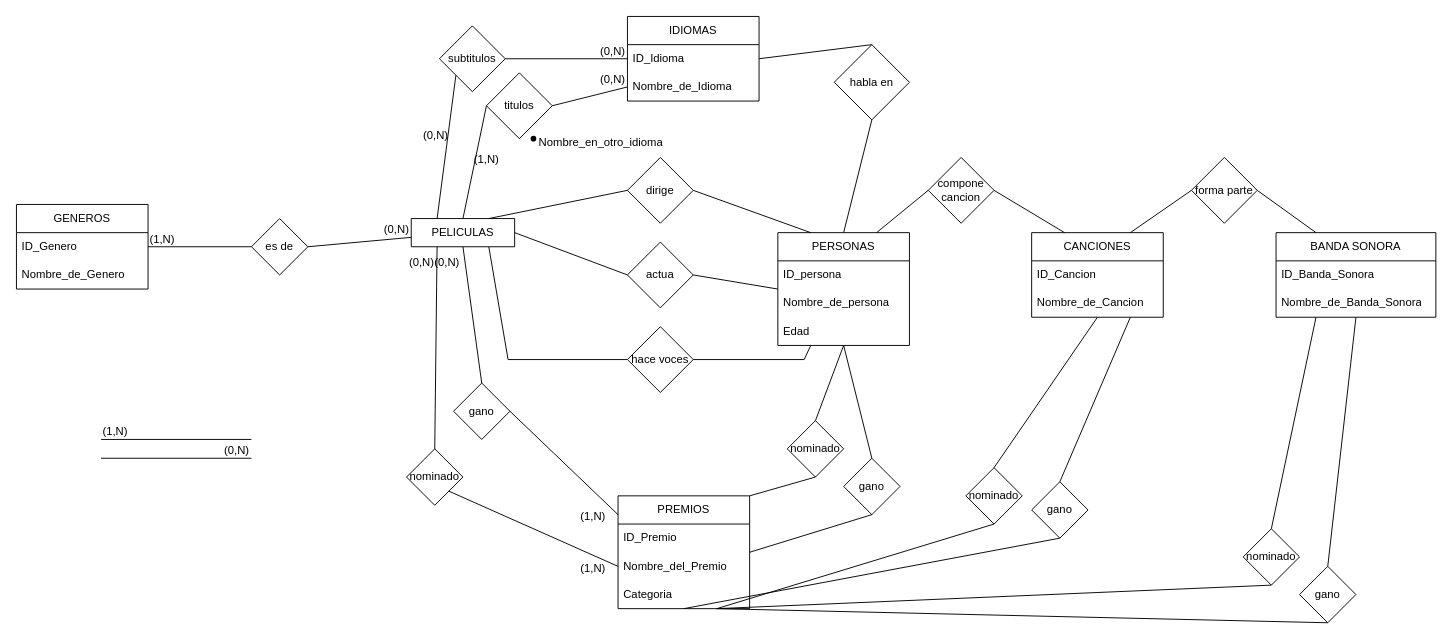
kolodani/AUS_Base_de_datos keeps this draw.io diagram as omdb.drawio. Above is the earlier version. Source tidied: cells renumbered, new cells numbered last; positions are measured from the earlier drawing's top-left corner, leaving out a move shared by most shapes. Both pictures are drawn from the tidied source at 94%, with x=0, y=0 at pixel (16, 16).
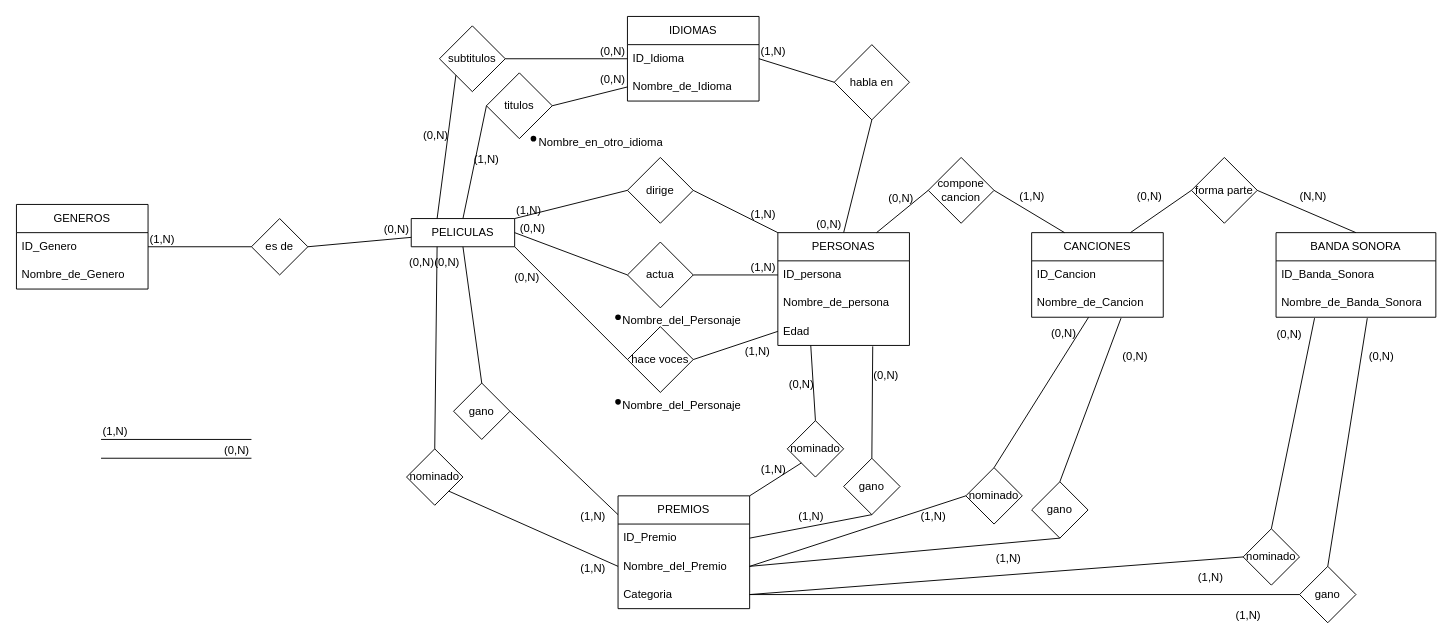
The same page after the edit.

Commit message:
cardinalidad lista omdb.drawio

Unchanged cells that the change refers to:
```xml
<mxCell id="5" value="PELICULAS" style="swimlane;fontStyle=0;horizontal=1;startSize=30;whiteSpace=wrap;html=1;" parent="1" vertex="1" collapsed="1">
<mxCell id="6" value="PREMIOS" style="swimlane;fontStyle=0;horizontal=1;startSize=30;whiteSpace=wrap;html=1;" parent="1" vertex="1">
<mxCell id="7" value="ID_Premio&lt;span style=&quot;white-space: pre;&quot;&gt;&#9;&lt;/span&gt;" style="text;strokeColor=none;fillColor=none;align=left;verticalAlign=middle;spacingLeft=4;spacingRight=4;overflow=hidden;points=[[0,0.5],[1,0.5]];portConstraint=eastwest;whiteSpace=wrap;html=1;" parent="6" vertex="1">
<mxCell id="8" value="Nombre_del_Premio" style="text;strokeColor=none;fillColor=none;align=left;verticalAlign=middle;spacingLeft=4;spacingRight=4;overflow=hidden;points=[[0,0.5],[1,0.5]];portConstraint=eastwest;whiteSpace=wrap;html=1;" parent="6" vertex="1">
<mxCell id="9" value="Categoria" style="text;strokeColor=none;fillColor=none;align=left;verticalAlign=middle;spacingLeft=4;spacingRight=4;overflow=hidden;points=[[0,0.5],[1,0.5]];portConstraint=eastwest;whiteSpace=wrap;html=1;" parent="6" vertex="1">
<mxCell id="10" value="PERSONAS" style="swimlane;fontStyle=0;horizontal=1;startSize=30;whiteSpace=wrap;html=1;" parent="1" vertex="1">
<mxCell id="11" value="ID_persona" style="text;strokeColor=none;fillColor=none;align=left;verticalAlign=middle;spacingLeft=4;spacingRight=4;overflow=hidden;points=[[0,0.5],[1,0.5]];portConstraint=eastwest;whiteSpace=wrap;html=1;" parent="10" vertex="1">
<mxCell id="13" value="Edad" style="text;strokeColor=none;fillColor=none;align=left;verticalAlign=middle;spacingLeft=4;spacingRight=4;overflow=hidden;points=[[0,0.5],[1,0.5]];portConstraint=eastwest;whiteSpace=wrap;html=1;" parent="10" vertex="1">
<mxCell id="14" value="CANCIONES" style="swimlane;fontStyle=0;horizontal=1;startSize=30;whiteSpace=wrap;html=1;" parent="1" vertex="1">
<mxCell id="16" value="Nombre_de_Cancion&lt;span style=&quot;white-space: pre;&quot;&gt;&#9;&lt;/span&gt;" style="text;strokeColor=none;fillColor=none;align=left;verticalAlign=middle;spacingLeft=4;spacingRight=4;overflow=hidden;points=[[0,0.5],[1,0.5]];portConstraint=eastwest;whiteSpace=wrap;html=1;" parent="14" vertex="1">
<mxCell id="18" value="dirige" style="rhombus;whiteSpace=wrap;html=1;" parent="1" vertex="1">
<mxCell id="19" value="&lt;div&gt;actua&lt;/div&gt;" style="rhombus;whiteSpace=wrap;html=1;" parent="1" vertex="1">
<mxCell id="20" value="hace voces" style="rhombus;whiteSpace=wrap;html=1;" parent="1" vertex="1">
<mxCell id="27" value="IDIOMAS" style="swimlane;fontStyle=0;horizontal=1;startSize=30;whiteSpace=wrap;html=1;" parent="1" vertex="1">
<mxCell id="28" value="ID_Idioma" style="text;strokeColor=none;fillColor=none;align=left;verticalAlign=middle;spacingLeft=4;spacingRight=4;overflow=hidden;points=[[0,0.5],[1,0.5]];portConstraint=eastwest;whiteSpace=wrap;html=1;" parent="27" vertex="1">
<mxCell id="30" value="compone cancion" style="rhombus;whiteSpace=wrap;html=1;" parent="1" vertex="1">
<mxCell id="35" value="habla en" style="rhombus;whiteSpace=wrap;html=1;" parent="1" vertex="1">
<mxCell id="40" value="nominado" style="rhombus;whiteSpace=wrap;html=1;" parent="1" vertex="1">
<mxCell id="41" value="gano" style="rhombus;whiteSpace=wrap;html=1;" parent="1" vertex="1">
<mxCell id="46" value="nominado" style="rhombus;whiteSpace=wrap;html=1;" parent="1" vertex="1">
<mxCell id="47" value="gano" style="rhombus;whiteSpace=wrap;html=1;" parent="1" vertex="1">
<mxCell id="52" value="BANDA SONORA" style="swimlane;fontStyle=0;horizontal=1;startSize=30;whiteSpace=wrap;html=1;" parent="1" vertex="1">
<mxCell id="54" value="Nombre_de_Banda_Sonora" style="text;strokeColor=none;fillColor=none;align=left;verticalAlign=middle;spacingLeft=4;spacingRight=4;overflow=hidden;points=[[0,0.5],[1,0.5]];portConstraint=eastwest;whiteSpace=wrap;html=1;" parent="52" vertex="1">
<mxCell id="55" value="forma parte" style="rhombus;whiteSpace=wrap;html=1;" parent="1" vertex="1">
<mxCell id="58" value="nominado" style="rhombus;whiteSpace=wrap;html=1;" parent="1" vertex="1">
<mxCell id="59" value="gano" style="rhombus;whiteSpace=wrap;html=1;" parent="1" vertex="1">
```

Diff of the diagram source:
```diff
@@
-    <mxCell id="21" style="endArrow=none;html=1;rounded=0;entryX=0;entryY=0.5;entryDx=0;entryDy=0;exitX=0.75;exitY=1;exitDx=0;exitDy=0;" parent="1" edge="1" source="5" target="20">
-      <mxGeometry relative="1" as="geometry">
-        <Array as="points">
-          <mxPoint x="523" y="365" />
-        </Array>
-      </mxGeometry>
-    </mxCell>
-    <mxCell id="22" style="endArrow=none;html=1;rounded=0;exitX=1;exitY=0.5;exitDx=0;exitDy=0;entryX=0.25;entryY=1;entryDx=0;entryDy=0;" parent="1" edge="1" source="20" target="10">
-      <mxGeometry relative="1" as="geometry">
-        <Array as="points">
-          <mxPoint x="838" y="365" />
-        </Array>
-      </mxGeometry>
-    </mxCell>
-    <mxCell id="23" style="endArrow=none;html=1;rounded=0;entryX=0;entryY=0.5;entryDx=0;entryDy=0;exitX=1;exitY=0.5;exitDx=0;exitDy=0;" parent="1" edge="1" source="19" target="10">
-      <mxGeometry relative="1" as="geometry" />
-    </mxCell>
-    <mxCell id="24" style="endArrow=none;html=1;rounded=0;entryX=0;entryY=0.5;entryDx=0;entryDy=0;exitX=1;exitY=0.5;exitDx=0;exitDy=0;" parent="1" edge="1" source="5" target="19">
-      <mxGeometry relative="1" as="geometry" />
-    </mxCell>
-    <mxCell id="25" style="endArrow=none;html=1;rounded=0;entryX=0.25;entryY=0;entryDx=0;entryDy=0;exitX=1;exitY=0.5;exitDx=0;exitDy=0;" parent="1" edge="1" source="18" target="10">
-      <mxGeometry relative="1" as="geometry" />
-    </mxCell>
-    <mxCell id="26" style="endArrow=none;html=1;rounded=0;entryX=0;entryY=0.5;entryDx=0;entryDy=0;exitX=0.75;exitY=0;exitDx=0;exitDy=0;" parent="1" edge="1" source="5" target="18">
-      <mxGeometry relative="1" as="geometry" />
-    </mxCell>
@@
-    <mxCell id="31" style="endArrow=none;html=1;rounded=0;exitX=1;exitY=0.5;exitDx=0;exitDy=0;entryX=0.25;entryY=0;entryDx=0;entryDy=0;" parent="1" edge="1" source="30" target="14">
-      <mxGeometry relative="1" as="geometry" />
-    </mxCell>
-    <mxCell id="32" style="endArrow=none;html=1;rounded=0;entryX=0;entryY=0.5;entryDx=0;entryDy=0;exitX=0.75;exitY=0;exitDx=0;exitDy=0;" parent="1" edge="1" source="10" target="30">
-      <mxGeometry relative="1" as="geometry" />
-    </mxCell>
@@
-    <mxCell id="36" style="endArrow=none;html=1;rounded=0;exitX=0.5;exitY=0;exitDx=0;exitDy=0;entryX=0.5;entryY=1;entryDx=0;entryDy=0;" parent="1" edge="1" source="10" target="35">
-      <mxGeometry relative="1" as="geometry" />
-    </mxCell>
-    <mxCell id="37" style="endArrow=none;html=1;rounded=0;exitX=0.5;exitY=0;exitDx=0;exitDy=0;entryX=1;entryY=0.5;entryDx=0;entryDy=0;" parent="1" edge="1" source="35" target="27">
-      <mxGeometry relative="1" as="geometry" />
-    </mxCell>
@@
-    <mxCell id="42" style="endArrow=none;html=1;rounded=0;entryX=1;entryY=0.5;entryDx=0;entryDy=0;exitX=0.5;exitY=1;exitDx=0;exitDy=0;" parent="1" edge="1" source="41" target="6">
-      <mxGeometry relative="1" as="geometry" />
-    </mxCell>
-    <mxCell id="43" style="endArrow=none;html=1;rounded=0;entryX=1;entryY=0;entryDx=0;entryDy=0;exitX=0.5;exitY=1;exitDx=0;exitDy=0;" parent="1" edge="1" source="40" target="6">
-      <mxGeometry relative="1" as="geometry" />
-    </mxCell>
-    <mxCell id="44" style="endArrow=none;html=1;rounded=0;entryX=0.5;entryY=0;entryDx=0;entryDy=0;exitX=0.5;exitY=1;exitDx=0;exitDy=0;" parent="1" edge="1" source="10" target="40">
-      <mxGeometry relative="1" as="geometry" />
-    </mxCell>
-    <mxCell id="45" style="endArrow=none;html=1;rounded=0;entryX=0.5;entryY=0;entryDx=0;entryDy=0;exitX=0.5;exitY=1;exitDx=0;exitDy=0;" parent="1" edge="1" source="10" target="41">
-      <mxGeometry relative="1" as="geometry" />
-    </mxCell>
@@
-    <mxCell id="48" style="endArrow=none;html=1;rounded=0;entryX=0.5;entryY=1;entryDx=0;entryDy=0;exitX=0.5;exitY=1;exitDx=0;exitDy=0;" parent="1" edge="1" source="47" target="6">
-      <mxGeometry relative="1" as="geometry" />
-    </mxCell>
-    <mxCell id="49" style="endArrow=none;html=1;rounded=0;entryX=0.75;entryY=1;entryDx=0;entryDy=0;exitX=0.5;exitY=1;exitDx=0;exitDy=0;" parent="1" edge="1" source="46" target="6">
-      <mxGeometry relative="1" as="geometry" />
-    </mxCell>
-    <mxCell id="50" style="endArrow=none;html=1;rounded=0;entryX=0.5;entryY=0;entryDx=0;entryDy=0;exitX=0.5;exitY=1;exitDx=0;exitDy=0;" parent="1" edge="1" source="14" target="46">
-      <mxGeometry relative="1" as="geometry" />
-    </mxCell>
-    <mxCell id="51" style="endArrow=none;html=1;rounded=0;entryX=0.5;entryY=0;entryDx=0;entryDy=0;exitX=0.75;exitY=1;exitDx=0;exitDy=0;" parent="1" edge="1" source="14" target="47">
-      <mxGeometry relative="1" as="geometry" />
-    </mxCell>
@@
-    <mxCell id="56" style="endArrow=none;html=1;rounded=0;exitX=1;exitY=0.5;exitDx=0;exitDy=0;entryX=0.25;entryY=0;entryDx=0;entryDy=0;" parent="1" edge="1" source="55" target="52">
-      <mxGeometry relative="1" as="geometry" />
-    </mxCell>
-    <mxCell id="57" style="endArrow=none;html=1;rounded=0;entryX=0;entryY=0.5;entryDx=0;entryDy=0;exitX=0.75;exitY=0;exitDx=0;exitDy=0;" parent="1" edge="1" source="14" target="55">
-      <mxGeometry relative="1" as="geometry" />
-    </mxCell>
@@
-    <mxCell id="60" style="endArrow=none;html=1;rounded=0;exitX=0.5;exitY=1;exitDx=0;exitDy=0;entryX=0.75;entryY=1;entryDx=0;entryDy=0;" parent="1" edge="1" source="59" target="6">
-      <mxGeometry relative="1" as="geometry" />
-    </mxCell>
-    <mxCell id="61" style="endArrow=none;html=1;rounded=0;exitX=0.5;exitY=1;exitDx=0;exitDy=0;entryX=0.75;entryY=1;entryDx=0;entryDy=0;" parent="1" edge="1" source="58" target="6">
-      <mxGeometry relative="1" as="geometry" />
-    </mxCell>
-    <mxCell id="62" style="endArrow=none;html=1;rounded=0;entryX=0.5;entryY=0;entryDx=0;entryDy=0;exitX=0.25;exitY=1;exitDx=0;exitDy=0;" parent="1" edge="1" source="52" target="58">
-      <mxGeometry relative="1" as="geometry" />
-    </mxCell>
-    <mxCell id="63" style="endArrow=none;html=1;rounded=0;entryX=0.5;entryY=0;entryDx=0;entryDy=0;exitX=0.5;exitY=1;exitDx=0;exitDy=0;" parent="1" edge="1" source="52" target="59">
-      <mxGeometry relative="1" as="geometry" />
-    </mxCell>
@@
+    <mxCell id="91" style="group;" parent="1" vertex="1">
+      <mxGeometry x="630" y="310" width="150" height="30" as="geometry" />
+    </mxCell>
+    <mxCell id="92" value="&lt;div&gt;Nombre_del_Personaje&lt;/div&gt;" style="text;strokeColor=none;fillColor=none;spacingLeft=4;spacingRight=4;overflow=hidden;fontSize=12;whiteSpace=wrap;html=1;" parent="91" vertex="1">
+      <mxGeometry x="8.8" width="141.2" height="30" as="geometry" />
+    </mxCell>
+    <mxCell id="93" style="shape=waypoint;sketch=0;fillStyle=solid;size=6;fillColor=none;perimeter=centerPerimeter;" parent="91" vertex="1">
+      <mxGeometry width="20" height="20" as="geometry" />
+    </mxCell>
+    <mxCell id="94" style="group;" parent="1" vertex="1">
+      <mxGeometry x="630" y="400" width="150" height="30" as="geometry" />
+    </mxCell>
+    <mxCell id="95" value="&lt;div&gt;Nombre_del_Personaje&lt;/div&gt;" style="text;strokeColor=none;fillColor=none;spacingLeft=4;spacingRight=4;overflow=hidden;fontSize=12;whiteSpace=wrap;html=1;" parent="94" vertex="1">
+      <mxGeometry x="8.8" width="141.2" height="30" as="geometry" />
+    </mxCell>
+    <mxCell id="96" style="shape=waypoint;sketch=0;fillStyle=solid;size=6;fillColor=none;perimeter=centerPerimeter;" parent="94" vertex="1">
+      <mxGeometry width="20" height="20" as="geometry" />
+    </mxCell>
+    <mxCell id="26" style="endArrow=none;html=1;rounded=0;entryX=0;entryY=0.5;entryDx=0;entryDy=0;exitX=1;exitY=0;exitDx=0;exitDy=0;" parent="1" edge="1" source="5" target="18">
+      <mxGeometry relative="1" as="geometry" />
+    </mxCell>
+    <mxCell id="97" value="(1,N)" style="html=1;whiteSpace=wrap;align=left;verticalAlign=bottom;" parent="26" vertex="1">
+      <mxGeometry x="-1" relative="1" as="geometry" />
+    </mxCell>
+    <mxCell id="25" style="endArrow=none;html=1;rounded=0;entryX=0;entryY=0;entryDx=0;entryDy=0;exitX=1;exitY=0.5;exitDx=0;exitDy=0;" parent="1" edge="1" source="18" target="10">
+      <mxGeometry relative="1" as="geometry" />
+    </mxCell>
+    <mxCell id="98" value="(1,N)" style="html=1;whiteSpace=wrap;align=right;verticalAlign=bottom;" parent="25" vertex="1">
+      <mxGeometry x="1" relative="1" as="geometry">
+        <mxPoint x="-1" y="-11" as="offset" />
+      </mxGeometry>
+    </mxCell>
+    <mxCell id="24" style="endArrow=none;html=1;rounded=0;entryX=0;entryY=0.5;entryDx=0;entryDy=0;exitX=1;exitY=0.5;exitDx=0;exitDy=0;" parent="1" edge="1" source="5" target="19">
+      <mxGeometry relative="1" as="geometry" />
+    </mxCell>
+    <mxCell id="99" value="(0,N)" style="html=1;whiteSpace=wrap;align=left;verticalAlign=bottom;" parent="24" vertex="1">
+      <mxGeometry x="-1" relative="1" as="geometry">
+        <mxPoint x="4" y="4" as="offset" />
+      </mxGeometry>
+    </mxCell>
+    <mxCell id="100" style="endArrow=none;html=1;rounded=0;exitX=1;exitY=0.5;exitDx=0;exitDy=0;entryX=0;entryY=0.5;entryDx=0;entryDy=0;" parent="1" edge="1" source="19" target="11">
+      <mxGeometry relative="1" as="geometry" />
+    </mxCell>
+    <mxCell id="101" value="(1,N)" style="html=1;whiteSpace=wrap;align=right;verticalAlign=bottom;" parent="100" vertex="1">
+      <mxGeometry x="1" relative="1" as="geometry">
+        <mxPoint x="-1" as="offset" />
+      </mxGeometry>
+    </mxCell>
+    <mxCell id="21" style="endArrow=none;html=1;rounded=0;entryX=0;entryY=0.5;entryDx=0;entryDy=0;exitX=1;exitY=1;exitDx=0;exitDy=0;" parent="1" edge="1" source="5" target="20">
+      <mxGeometry relative="1" as="geometry" />
+    </mxCell>
+    <mxCell id="102" value="(0,N)" style="html=1;whiteSpace=wrap;align=left;verticalAlign=bottom;" parent="21" vertex="1">
+      <mxGeometry x="-1" relative="1" as="geometry">
+        <mxPoint x="-2" y="41" as="offset" />
+      </mxGeometry>
+    </mxCell>
+    <mxCell id="103" style="endArrow=none;html=1;rounded=0;entryX=0;entryY=0.5;entryDx=0;entryDy=0;exitX=1;exitY=0.5;exitDx=0;exitDy=0;" parent="1" edge="1" source="20" target="13">
+      <mxGeometry relative="1" as="geometry" />
+    </mxCell>
+    <mxCell id="104" value="(1,N)" style="html=1;whiteSpace=wrap;align=right;verticalAlign=bottom;" parent="103" vertex="1">
+      <mxGeometry x="1" relative="1" as="geometry">
+        <mxPoint x="-7" y="30" as="offset" />
+      </mxGeometry>
+    </mxCell>
+    <mxCell id="105" style="endArrow=none;html=1;rounded=0;exitX=1;exitY=0.5;exitDx=0;exitDy=0;entryX=0;entryY=0.5;entryDx=0;entryDy=0;" parent="1" edge="1" source="28" target="35">
+      <mxGeometry relative="1" as="geometry" />
+    </mxCell>
+    <mxCell id="106" value="(1,N)" style="html=1;whiteSpace=wrap;align=left;verticalAlign=bottom;" parent="105" vertex="1">
+      <mxGeometry x="-1" relative="1" as="geometry" />
+    </mxCell>
+    <mxCell id="107" style="endArrow=none;html=1;rounded=0;exitX=0.5;exitY=1;exitDx=0;exitDy=0;entryX=0.5;entryY=0;entryDx=0;entryDy=0;" parent="1" edge="1" source="35" target="10">
+      <mxGeometry relative="1" as="geometry" />
+    </mxCell>
+    <mxCell id="108" value="(0,N)" style="html=1;whiteSpace=wrap;align=right;verticalAlign=bottom;" parent="107" vertex="1">
+      <mxGeometry x="1" relative="1" as="geometry">
+        <mxPoint x="-1" as="offset" />
+      </mxGeometry>
+    </mxCell>
+    <mxCell id="44" style="endArrow=none;html=1;rounded=0;exitX=0.25;exitY=1;exitDx=0;exitDy=0;entryX=0.5;entryY=0;entryDx=0;entryDy=0;" parent="1" edge="1" source="10" target="40">
+      <mxGeometry relative="1" as="geometry" />
+    </mxCell>
+    <mxCell id="109" value="(0,N)" style="html=1;whiteSpace=wrap;align=left;verticalAlign=bottom;" parent="44" vertex="1">
+      <mxGeometry x="-1" relative="1" as="geometry">
+        <mxPoint x="-25" y="50" as="offset" />
+      </mxGeometry>
+    </mxCell>
+    <mxCell id="110" style="endArrow=none;html=1;rounded=0;exitX=1;exitY=0;exitDx=0;exitDy=0;entryX=0;entryY=1;entryDx=0;entryDy=0;" parent="1" edge="1" source="6" target="40">
+      <mxGeometry relative="1" as="geometry" />
+    </mxCell>
+    <mxCell id="111" value="(1,N)" style="html=1;whiteSpace=wrap;align=right;verticalAlign=bottom;" parent="110" vertex="1">
+      <mxGeometry x="1" relative="1" as="geometry">
+        <mxPoint x="-15" y="15" as="offset" />
+      </mxGeometry>
+    </mxCell>
+    <mxCell id="112" style="endArrow=none;html=1;rounded=0;exitX=0.721;exitY=1.033;exitDx=0;exitDy=0;exitPerimeter=0;" parent="1" edge="1" source="13">
+      <mxGeometry relative="1" as="geometry">
+        <mxPoint x="910" y="470" as="targetPoint" />
+      </mxGeometry>
+    </mxCell>
+    <mxCell id="113" value="(0,N)" style="html=1;whiteSpace=wrap;align=left;verticalAlign=bottom;" parent="112" vertex="1">
+      <mxGeometry x="-1" relative="1" as="geometry">
+        <mxPoint x="-1" y="39" as="offset" />
+      </mxGeometry>
+    </mxCell>
+    <mxCell id="114" style="endArrow=none;html=1;rounded=0;entryX=0.5;entryY=1;entryDx=0;entryDy=0;exitX=1;exitY=0.5;exitDx=0;exitDy=0;" parent="1" edge="1" source="7" target="41">
+      <mxGeometry relative="1" as="geometry" />
+    </mxCell>
+    <mxCell id="115" value="(1,N)" style="html=1;whiteSpace=wrap;align=right;verticalAlign=bottom;" parent="114" vertex="1">
+      <mxGeometry x="1" relative="1" as="geometry">
+        <mxPoint x="-50" y="10" as="offset" />
+      </mxGeometry>
+    </mxCell>
+    <mxCell id="116" style="endArrow=none;html=1;rounded=0;entryX=0.5;entryY=0;entryDx=0;entryDy=0;" parent="1" edge="1" source="16" target="46">
+      <mxGeometry relative="1" as="geometry" />
+    </mxCell>
+    <mxCell id="117" value="(0,N)" style="html=1;whiteSpace=wrap;align=left;verticalAlign=bottom;" parent="116" vertex="1">
+      <mxGeometry x="-1" relative="1" as="geometry">
+        <mxPoint x="-42" y="26" as="offset" />
+      </mxGeometry>
+    </mxCell>
+    <mxCell id="118" style="endArrow=none;html=1;rounded=0;entryX=0;entryY=0.5;entryDx=0;entryDy=0;exitX=1;exitY=0.5;exitDx=0;exitDy=0;" parent="1" edge="1" source="8" target="46">
+      <mxGeometry relative="1" as="geometry" />
+    </mxCell>
+    <mxCell id="119" value="(1,N)" style="html=1;whiteSpace=wrap;align=right;verticalAlign=bottom;" parent="118" vertex="1">
+      <mxGeometry x="1" relative="1" as="geometry">
+        <mxPoint x="-20" y="30" as="offset" />
+      </mxGeometry>
+    </mxCell>
+    <mxCell id="120" style="endArrow=none;html=1;rounded=0;exitX=0.679;exitY=1.033;exitDx=0;exitDy=0;exitPerimeter=0;entryX=0.5;entryY=0;entryDx=0;entryDy=0;" parent="1" edge="1" source="16" target="47">
+      <mxGeometry relative="1" as="geometry" />
+    </mxCell>
+    <mxCell id="121" value="(0,N)" style="html=1;whiteSpace=wrap;align=left;verticalAlign=bottom;" parent="120" vertex="1">
+      <mxGeometry x="-1" relative="1" as="geometry">
+        <mxPoint y="49" as="offset" />
+      </mxGeometry>
+    </mxCell>
+    <mxCell id="122" style="endArrow=none;html=1;rounded=0;entryX=0.5;entryY=1;entryDx=0;entryDy=0;exitX=1;exitY=0.5;exitDx=0;exitDy=0;" parent="1" edge="1" source="8" target="47">
+      <mxGeometry relative="1" as="geometry" />
+    </mxCell>
+    <mxCell id="123" value="(1,N)" style="html=1;whiteSpace=wrap;align=right;verticalAlign=bottom;" parent="122" vertex="1">
+      <mxGeometry x="1" relative="1" as="geometry">
+        <mxPoint x="-40" y="30" as="offset" />
+      </mxGeometry>
+    </mxCell>
+    <mxCell id="124" style="endArrow=none;html=1;rounded=0;entryX=0.5;entryY=0;entryDx=0;entryDy=0;exitX=0.241;exitY=1.033;exitDx=0;exitDy=0;exitPerimeter=0;" parent="1" edge="1" source="54" target="58">
+      <mxGeometry relative="1" as="geometry" />
+    </mxCell>
+    <mxCell id="125" value="(0,N)" style="html=1;whiteSpace=wrap;align=left;verticalAlign=bottom;" parent="124" vertex="1">
+      <mxGeometry x="-1" relative="1" as="geometry">
+        <mxPoint x="-42" y="26" as="offset" />
+      </mxGeometry>
+    </mxCell>
+    <mxCell id="126" style="endArrow=none;html=1;rounded=0;exitX=0.571;exitY=1.033;exitDx=0;exitDy=0;exitPerimeter=0;entryX=0.5;entryY=0;entryDx=0;entryDy=0;" parent="1" edge="1" source="54" target="59">
+      <mxGeometry relative="1" as="geometry" />
+    </mxCell>
+    <mxCell id="127" value="(0,N)" style="html=1;whiteSpace=wrap;align=left;verticalAlign=bottom;" parent="126" vertex="1">
+      <mxGeometry x="-1" relative="1" as="geometry">
+        <mxPoint y="49" as="offset" />
+      </mxGeometry>
+    </mxCell>
+    <mxCell id="128" style="endArrow=none;html=1;rounded=0;entryX=0;entryY=0.5;entryDx=0;entryDy=0;exitX=1;exitY=0.5;exitDx=0;exitDy=0;" parent="1" edge="1" source="9" target="58">
+      <mxGeometry relative="1" as="geometry" />
+    </mxCell>
+    <mxCell id="129" value="(1,N)" style="html=1;whiteSpace=wrap;align=right;verticalAlign=bottom;" parent="128" vertex="1">
+      <mxGeometry x="1" relative="1" as="geometry">
+        <mxPoint x="-20" y="30" as="offset" />
+      </mxGeometry>
+    </mxCell>
+    <mxCell id="130" style="endArrow=none;html=1;rounded=0;entryX=0;entryY=0.5;entryDx=0;entryDy=0;" parent="1" edge="1" source="9" target="59">
+      <mxGeometry relative="1" as="geometry" />
+    </mxCell>
+    <mxCell id="131" value="(1,N)" style="html=1;whiteSpace=wrap;align=right;verticalAlign=bottom;" parent="130" vertex="1">
+      <mxGeometry x="1" relative="1" as="geometry">
+        <mxPoint x="-40" y="30" as="offset" />
+      </mxGeometry>
+    </mxCell>
+    <mxCell id="132" style="endArrow=none;html=1;rounded=0;entryX=0.75;entryY=0;entryDx=0;entryDy=0;exitX=0;exitY=0.5;exitDx=0;exitDy=0;" parent="1" edge="1" source="30" target="10">
+      <mxGeometry relative="1" as="geometry" />
+    </mxCell>
+    <mxCell id="133" value="(0,N)" style="html=1;whiteSpace=wrap;align=left;verticalAlign=bottom;" parent="132" vertex="1">
+      <mxGeometry x="-1" relative="1" as="geometry">
+        <mxPoint x="-44" y="17" as="offset" />
+      </mxGeometry>
+    </mxCell>
+    <mxCell id="31" style="endArrow=none;html=1;rounded=0;entryX=0.25;entryY=0;entryDx=0;entryDy=0;exitX=1;exitY=0.5;exitDx=0;exitDy=0;" parent="1" edge="1" source="30" target="14">
+      <mxGeometry relative="1" as="geometry" />
+    </mxCell>
+    <mxCell id="134" value="(1,N)" style="html=1;whiteSpace=wrap;align=right;verticalAlign=bottom;" parent="31" vertex="1">
+      <mxGeometry x="1" relative="1" as="geometry">
+        <mxPoint x="-20" y="-30" as="offset" />
+      </mxGeometry>
+    </mxCell>
+    <mxCell id="57" style="endArrow=none;html=1;rounded=0;entryX=0;entryY=0.5;entryDx=0;entryDy=0;exitX=0.75;exitY=0;exitDx=0;exitDy=0;" parent="1" edge="1" source="14" target="55">
+      <mxGeometry relative="1" as="geometry" />
+    </mxCell>
+    <mxCell id="135" value="(0,N)" style="html=1;whiteSpace=wrap;align=right;verticalAlign=bottom;" parent="57" vertex="1">
+      <mxGeometry x="1" relative="1" as="geometry">
+        <mxPoint x="-30" y="15" as="offset" />
+      </mxGeometry>
+    </mxCell>
+    <mxCell id="56" style="endArrow=none;html=1;rounded=0;entryX=0.5;entryY=0;entryDx=0;entryDy=0;exitX=1;exitY=0.5;exitDx=0;exitDy=0;" parent="1" edge="1" source="55" target="52">
+      <mxGeometry relative="1" as="geometry" />
+    </mxCell>
+    <mxCell id="136" value="(N,N)" style="html=1;whiteSpace=wrap;align=right;verticalAlign=bottom;" parent="56" vertex="1">
+      <mxGeometry x="1" relative="1" as="geometry">
+        <mxPoint x="-30" y="-30" as="offset" />
+      </mxGeometry>
+    </mxCell>
```
